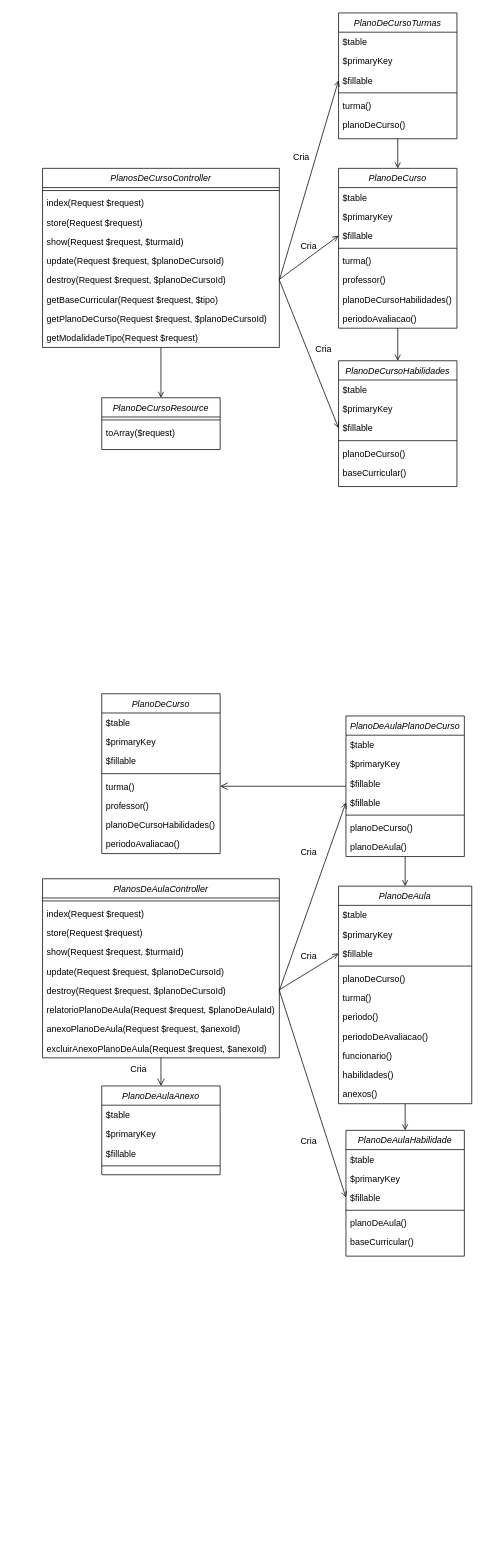
Before: diagrama de classes.drawio in DjalmaANeto/modelagem-planos-de-curso-aula, a draw.io diagram. Source tidied: cells renumbered, new cells numbered last; positions are measured from the earlier drawing's top-left corner, leaving out a move shared by most shapes. Both pictures are drawn from the tidied source at 74%, with x=0, y=0 at pixel (42, 13).
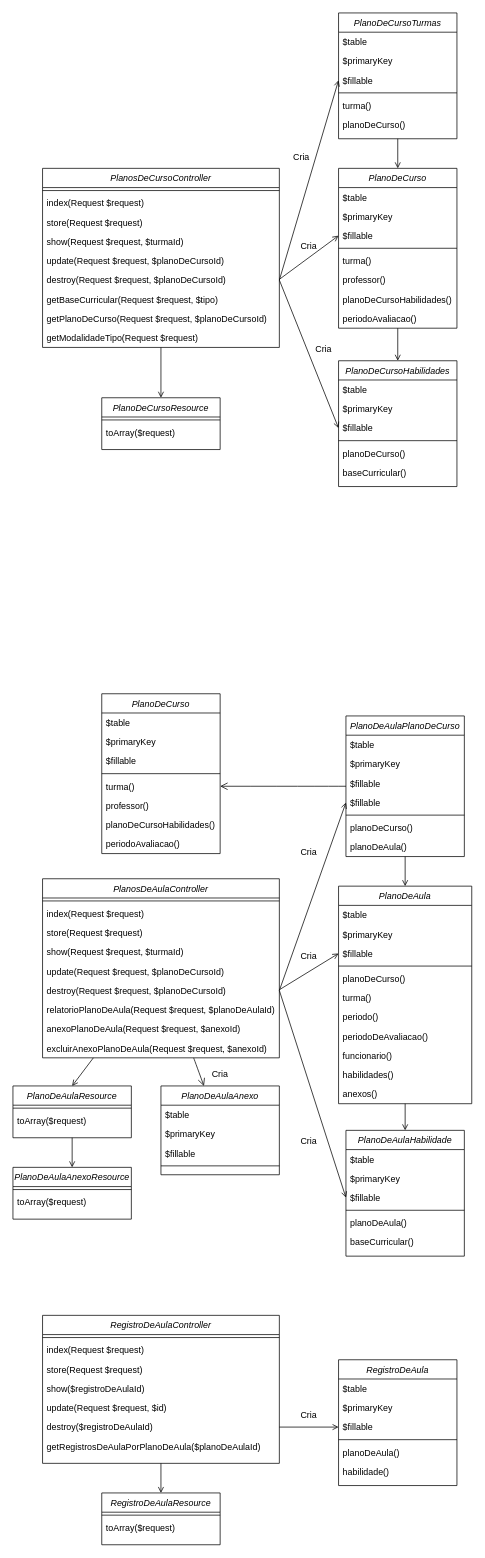
Above is the later version.

The change refers to these unchanged cells:
```xml
<mxCell id="45" value="PlanosDeAulaController" style="swimlane;fontStyle=2;align=center;verticalAlign=top;horizontal=1;startSize=26;rounded=0;shadow=0;strokeWidth=1;" parent="1" vertex="1">
  <mxGeometry y="1170" width="320" height="242" as="geometry" />
</mxCell>
```

What changed in the source:
```diff
@@
+    <mxCell id="109" style="rounded=0;jettySize=auto;html=1;entryX=0.5;entryY=0;entryDx=0;entryDy=0;endArrow=open;endFill=0;" parent="1" edge="1" source="45" target="111">
+      <mxGeometry relative="1" as="geometry" />
+    </mxCell>
@@
     <mxCell id="100" value="PlanoDeAulaAnexo" style="swimlane;fontStyle=2;align=center;verticalAlign=top;horizontal=1;startSize=26;rounded=0;shadow=0;strokeWidth=1;" parent="1" vertex="1">
-      <mxGeometry x="80" y="1450" width="160" height="120" as="geometry" />
+      <mxGeometry x="160" y="1450" width="160" height="120" as="geometry" />
     </mxCell>
@@
     <mxCell id="105" value="Cria" style="text;html=1;strokeColor=none;fillColor=none;align=center;verticalAlign=middle;whiteSpace=wrap;rounded=0;" parent="1" vertex="1">
-      <mxGeometry x="100" y="1412" width="60" height="30" as="geometry" />
+      <mxGeometry x="210" y="1420" width="60" height="30" as="geometry" />
     </mxCell>
@@
+    <mxCell id="110" style="edgeStyle=orthogonalEdgeStyle;rounded=0;jettySize=auto;html=1;entryX=0.5;entryY=0;entryDx=0;entryDy=0;endArrow=open;endFill=0;" parent="1" edge="1" source="111" target="114">
+      <mxGeometry relative="1" as="geometry" />
+    </mxCell>
+    <mxCell id="111" value="PlanoDeAulaResource" style="swimlane;fontStyle=2;align=center;verticalAlign=top;horizontal=1;startSize=26;rounded=0;shadow=0;strokeWidth=1;" parent="1" vertex="1">
+      <mxGeometry x="-40" y="1450" width="160" height="70" as="geometry" />
+    </mxCell>
+    <mxCell id="112" style="line;html=1;strokeWidth=1;align=left;verticalAlign=middle;spacingTop=-1;spacingLeft=3;spacingRight=3;labelPosition=right;" parent="111" vertex="1">
+      <mxGeometry y="26" width="160" height="8" as="geometry" />
+    </mxCell>
+    <mxCell id="113" value="toArray($request)" style="text;align=left;verticalAlign=top;spacingLeft=4;spacingRight=4;overflow=hidden;fontColor=default;" parent="111" vertex="1">
+      <mxGeometry y="34" width="160" height="26" as="geometry" />
+    </mxCell>
+    <mxCell id="114" value="PlanoDeAulaAnexoResource" style="swimlane;fontStyle=2;align=center;verticalAlign=top;horizontal=1;startSize=26;rounded=0;shadow=0;strokeWidth=1;" parent="1" vertex="1">
+      <mxGeometry x="-40" y="1560" width="160" height="70" as="geometry" />
+    </mxCell>
+    <mxCell id="115" style="line;html=1;strokeWidth=1;align=left;verticalAlign=middle;spacingTop=-1;spacingLeft=3;spacingRight=3;labelPosition=right;" parent="114" vertex="1">
+      <mxGeometry y="26" width="160" height="8" as="geometry" />
+    </mxCell>
+    <mxCell id="116" value="toArray($request)" style="text;align=left;verticalAlign=top;spacingLeft=4;spacingRight=4;overflow=hidden;fontColor=default;" parent="114" vertex="1">
+      <mxGeometry y="34" width="160" height="26" as="geometry" />
+    </mxCell>
+    <mxCell id="117" style="edgeStyle=orthogonalEdgeStyle;rounded=0;jettySize=auto;html=1;entryX=0.5;entryY=0;entryDx=0;entryDy=0;endArrow=open;endFill=0;" parent="1" edge="1" source="118" target="135">
+      <mxGeometry relative="1" as="geometry" />
+    </mxCell>
+    <mxCell id="118" value="RegistroDeAulaController" style="swimlane;fontStyle=2;align=center;verticalAlign=top;horizontal=1;startSize=26;rounded=0;shadow=0;strokeWidth=1;" parent="1" vertex="1">
+      <mxGeometry y="1760" width="320" height="200" as="geometry" />
+    </mxCell>
+    <mxCell id="119" style="line;html=1;strokeWidth=1;align=left;verticalAlign=middle;spacingTop=-1;spacingLeft=3;spacingRight=3;labelPosition=right;" parent="118" vertex="1">
+      <mxGeometry y="26" width="320" height="8" as="geometry" />
+    </mxCell>
+    <mxCell id="120" value="index(Request $request)" style="text;align=left;verticalAlign=top;spacingLeft=4;spacingRight=4;overflow=hidden;" parent="118" vertex="1">
+      <mxGeometry y="34" width="320" height="26" as="geometry" />
+    </mxCell>
+    <mxCell id="121" value="store(Request $request)" style="text;align=left;verticalAlign=top;spacingLeft=4;spacingRight=4;overflow=hidden;" parent="118" vertex="1">
+      <mxGeometry y="60" width="320" height="26" as="geometry" />
+    </mxCell>
+    <mxCell id="122" value="show($registroDeAulaId)" style="text;align=left;verticalAlign=top;spacingLeft=4;spacingRight=4;overflow=hidden;" parent="118" vertex="1">
+      <mxGeometry y="86" width="320" height="26" as="geometry" />
+    </mxCell>
+    <mxCell id="123" value="update(Request $request, $id)" style="text;align=left;verticalAlign=top;spacingLeft=4;spacingRight=4;overflow=hidden;" parent="118" vertex="1">
+      <mxGeometry y="112" width="320" height="26" as="geometry" />
+    </mxCell>
+    <mxCell id="124" value="destroy($registroDeAulaId)" style="text;align=left;verticalAlign=top;spacingLeft=4;spacingRight=4;overflow=hidden;points=[[0,0.5],[1,0.5]];portConstraint=eastwest;" parent="118" vertex="1">
+      <mxGeometry y="138" width="320" height="26" as="geometry" />
+    </mxCell>
+    <mxCell id="125" value="getRegistrosDeAulaPorPlanoDeAula($planoDeAulaId)" style="text;align=left;verticalAlign=top;spacingLeft=4;spacingRight=4;overflow=hidden;" parent="118" vertex="1">
+      <mxGeometry y="164" width="320" height="26" as="geometry" />
+    </mxCell>
+    <mxCell id="126" value="RegistroDeAula" style="swimlane;fontStyle=2;align=center;verticalAlign=top;horizontal=1;startSize=26;rounded=0;shadow=0;strokeWidth=1;" parent="1" vertex="1">
+      <mxGeometry x="400" y="1820" width="160" height="170" as="geometry" />
+    </mxCell>
+    <mxCell id="127" value="$table" style="text;align=left;verticalAlign=top;spacingLeft=4;spacingRight=4;overflow=hidden;" parent="126" vertex="1">
+      <mxGeometry y="26" width="160" height="26" as="geometry" />
+    </mxCell>
+    <mxCell id="128" value="$primaryKey" style="text;align=left;verticalAlign=top;spacingLeft=4;spacingRight=4;overflow=hidden;rounded=0;shadow=0;html=0;" parent="126" vertex="1">
+      <mxGeometry y="52" width="160" height="26" as="geometry" />
+    </mxCell>
+    <mxCell id="129" value="$fillable" style="text;align=left;verticalAlign=top;spacingLeft=4;spacingRight=4;overflow=hidden;points=[[0,0.5],[1,0.5]];portConstraint=eastwest;rounded=0;shadow=0;html=0;" parent="126" vertex="1">
+      <mxGeometry y="78" width="160" height="26" as="geometry" />
+    </mxCell>
+    <mxCell id="130" style="line;html=1;strokeWidth=1;align=left;verticalAlign=middle;spacingTop=-1;spacingLeft=3;spacingRight=3;labelPosition=right;" parent="126" vertex="1">
+      <mxGeometry y="104" width="160" height="8" as="geometry" />
+    </mxCell>
+    <mxCell id="131" value="planoDeAula()" style="text;align=left;verticalAlign=top;spacingLeft=4;spacingRight=4;overflow=hidden;fontColor=default;" parent="126" vertex="1">
+      <mxGeometry y="112" width="160" height="26" as="geometry" />
+    </mxCell>
+    <mxCell id="132" value="habilidade()" style="text;align=left;verticalAlign=top;spacingLeft=4;spacingRight=4;overflow=hidden;" parent="126" vertex="1">
+      <mxGeometry y="138" width="160" height="26" as="geometry" />
+    </mxCell>
+    <mxCell id="133" style="rounded=0;jettySize=auto;html=1;entryX=0;entryY=0.5;entryDx=0;entryDy=0;endArrow=open;endFill=0;exitX=1;exitY=0.5;exitDx=0;exitDy=0;" parent="1" edge="1" source="124" target="129">
+      <mxGeometry relative="1" as="geometry" />
+    </mxCell>
+    <mxCell id="134" value="Cria" style="text;html=1;strokeColor=none;fillColor=none;align=center;verticalAlign=middle;whiteSpace=wrap;rounded=0;" parent="1" vertex="1">
+      <mxGeometry x="330" y="1880" width="60" height="30" as="geometry" />
+    </mxCell>
+    <mxCell id="135" value="RegistroDeAulaResource" style="swimlane;fontStyle=2;align=center;verticalAlign=top;horizontal=1;startSize=26;rounded=0;shadow=0;strokeWidth=1;" parent="1" vertex="1">
+      <mxGeometry x="80" y="2000" width="160" height="70" as="geometry" />
+    </mxCell>
+    <mxCell id="136" style="line;html=1;strokeWidth=1;align=left;verticalAlign=middle;spacingTop=-1;spacingLeft=3;spacingRight=3;labelPosition=right;" parent="135" vertex="1">
+      <mxGeometry y="26" width="160" height="8" as="geometry" />
+    </mxCell>
+    <mxCell id="137" value="toArray($request)" style="text;align=left;verticalAlign=top;spacingLeft=4;spacingRight=4;overflow=hidden;fontColor=default;" parent="135" vertex="1">
+      <mxGeometry y="34" width="160" height="26" as="geometry" />
+    </mxCell>
```
